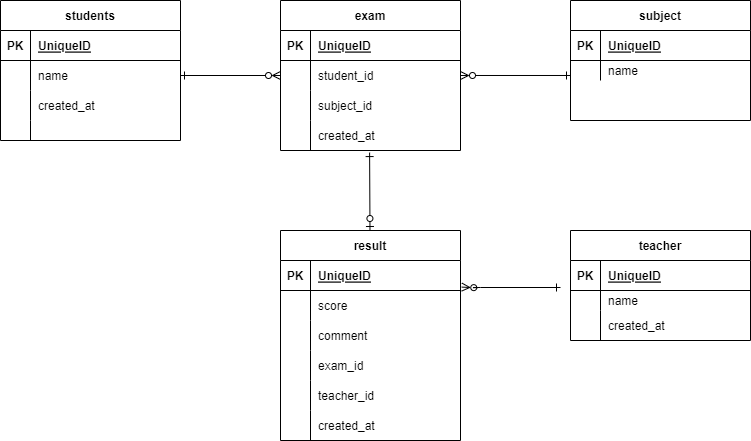
Above: exercise.drawio.png in miyan51/20221120Utsunomiya (draw.io), before the change. Source tidied: cells renumbered, new cells last; positions are measured from the earlier drawing's top-left corner, leaving out a move shared by most shapes.
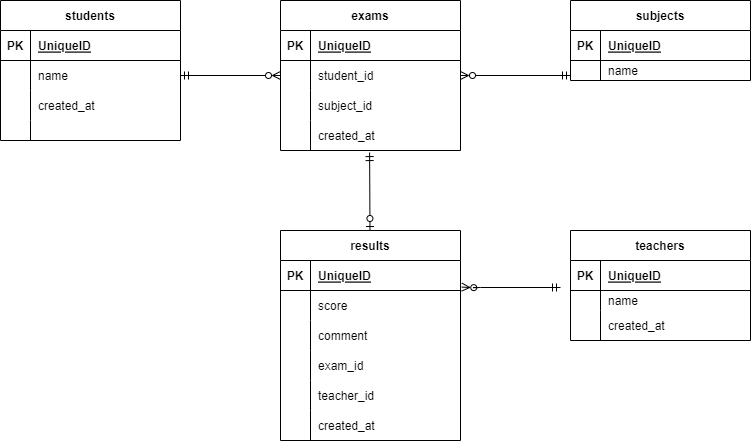
The same file after the commit.

What changed in the source:
```diff
@@ -41,7 +41,7 @@
     <mxCell id="14" style="shape=partialRectangle;fillColor=none;top=0;left=0;bottom=0;right=0;align=left;spacingLeft=6;overflow=hidden;" parent="12" vertex="1">
       <mxGeometry x="30" width="150" height="20" as="geometry" />
     </mxCell>
-    <mxCell id="15" value="teacher" style="shape=table;startSize=30;rowLines=0;fontStyle=1;align=center;" parent="1" vertex="1">
+    <mxCell id="15" value="teachers" style="shape=table;startSize=30;rowLines=0;fontStyle=1;align=center;" parent="1" vertex="1">
       <mxGeometry x="570" y="230" width="180" height="110" as="geometry" />
     </mxCell>
     <mxCell id="16" style="shape=partialRectangle;fillColor=none;top=0;left=0;bottom=1;right=0;" parent="15" vertex="1">
@@ -71,8 +71,8 @@
     <mxCell id="24" value="created_at" style="shape=partialRectangle;fillColor=none;top=0;left=0;bottom=0;right=0;align=left;spacingLeft=6;overflow=hidden;" parent="22" vertex="1">
       <mxGeometry x="30" width="150" height="30" as="geometry" />
     </mxCell>
-    <mxCell id="25" value="subject" style="shape=table;startSize=30;rowLines=0;fontStyle=1;align=center;" parent="1" vertex="1">
-      <mxGeometry x="570" width="180" height="120" as="geometry" />
+    <mxCell id="25" value="subjects" style="shape=table;startSize=30;rowLines=0;fontStyle=1;align=center;" parent="1" vertex="1">
+      <mxGeometry x="570" width="180" height="80" as="geometry" />
     </mxCell>
     <mxCell id="26" style="shape=partialRectangle;fillColor=none;top=0;left=0;bottom=1;right=0;" parent="25" vertex="1">
       <mxGeometry y="30" width="180" height="30" as="geometry" />
@@ -92,10 +92,10 @@
     <mxCell id="31" value="name" style="shape=partialRectangle;fillColor=none;top=0;left=0;bottom=0;right=0;align=left;spacingLeft=6;overflow=hidden;" parent="29" vertex="1">
       <mxGeometry x="30" width="150" height="20" as="geometry" />
     </mxCell>
-    <mxCell id="32" style="edgeStyle=none;html=1;entryX=0.495;entryY=1.069;entryDx=0;entryDy=0;entryPerimeter=0;startArrow=ERzeroToOne;startFill=0;endArrow=ERone;endFill=0;" parent="1" edge="1" source="33" target="62">
+    <mxCell id="32" style="edgeStyle=none;html=1;entryX=0.495;entryY=1.069;entryDx=0;entryDy=0;entryPerimeter=0;startArrow=ERzeroToOne;startFill=0;endArrow=ERmandOne;endFill=0;" parent="1" edge="1" source="33" target="62">
       <mxGeometry relative="1" as="geometry" />
     </mxCell>
-    <mxCell id="33" value="result" style="shape=table;startSize=30;rowLines=0;fontStyle=1;align=center;" parent="1" vertex="1">
+    <mxCell id="33" value="results" style="shape=table;startSize=30;rowLines=0;fontStyle=1;align=center;" parent="1" vertex="1">
       <mxGeometry x="280" y="230" width="180" height="210" as="geometry" />
     </mxCell>
     <mxCell id="34" style="shape=partialRectangle;fillColor=none;top=0;left=0;bottom=1;right=0;" parent="33" vertex="1">
@@ -152,7 +152,7 @@
     <mxCell id="51" value="created_at" style="shape=partialRectangle;fillColor=none;top=0;left=0;bottom=0;right=0;align=left;spacingLeft=6;overflow=hidden;" parent="49" vertex="1">
       <mxGeometry x="30" width="150" height="30" as="geometry" />
     </mxCell>
-    <mxCell id="52" value="exam" style="shape=table;startSize=30;rowLines=0;fontStyle=1;align=center;" parent="1" vertex="1">
+    <mxCell id="52" value="exams" style="shape=table;startSize=30;rowLines=0;fontStyle=1;align=center;" parent="1" vertex="1">
       <mxGeometry x="280" width="180" height="150" as="geometry" />
     </mxCell>
     <mxCell id="53" style="shape=partialRectangle;fillColor=none;top=0;left=0;bottom=1;right=0;" parent="52" vertex="1">
@@ -191,15 +191,15 @@
     <mxCell id="64" value="created_at" style="shape=partialRectangle;fillColor=none;top=0;left=0;bottom=0;right=0;align=left;spacingLeft=6;overflow=hidden;" parent="62" vertex="1">
       <mxGeometry x="30" width="150" height="30" as="geometry" />
     </mxCell>
-    <mxCell id="65" style="edgeStyle=none;html=1;entryX=0;entryY=0.5;entryDx=0;entryDy=0;startArrow=ERone;startFill=0;endArrow=ERzeroToMany;endFill=0;" parent="1" edge="1" source="6" target="56">
+    <mxCell id="65" style="edgeStyle=none;html=1;entryX=0;entryY=0.5;entryDx=0;entryDy=0;startArrow=ERmandOne;startFill=0;endArrow=ERzeroToMany;endFill=0;" parent="1" edge="1" source="6" target="56">
       <mxGeometry relative="1" as="geometry" />
     </mxCell>
-    <mxCell id="66" style="edgeStyle=none;html=1;entryX=0;entryY=-0.167;entryDx=0;entryDy=0;entryPerimeter=0;endArrow=ERone;endFill=0;startArrow=ERzeroToMany;startFill=0;" parent="1" edge="1" source="56">
+    <mxCell id="66" style="edgeStyle=none;html=1;entryX=0;entryY=-0.167;entryDx=0;entryDy=0;entryPerimeter=0;endArrow=ERmandOne;endFill=0;startArrow=ERzeroToMany;startFill=0;" parent="1" edge="1" source="56">
       <mxGeometry relative="1" as="geometry">
         <mxPoint x="570" y="75" as="targetPoint" />
       </mxGeometry>
     </mxCell>
-    <mxCell id="67" style="edgeStyle=none;html=1;startArrow=ERone;startFill=0;endArrow=ERzeroToMany;endFill=0;entryX=1.007;entryY=-0.113;entryDx=0;entryDy=0;entryPerimeter=0;" parent="1" edge="1" target="37">
+    <mxCell id="67" style="edgeStyle=none;html=1;startArrow=ERmandOne;startFill=0;endArrow=ERzeroToMany;endFill=0;entryX=1.007;entryY=-0.113;entryDx=0;entryDy=0;entryPerimeter=0;" parent="1" edge="1" target="37">
       <mxGeometry relative="1" as="geometry">
         <mxPoint x="560" y="287" as="sourcePoint" />
         <Array as="points">
```
